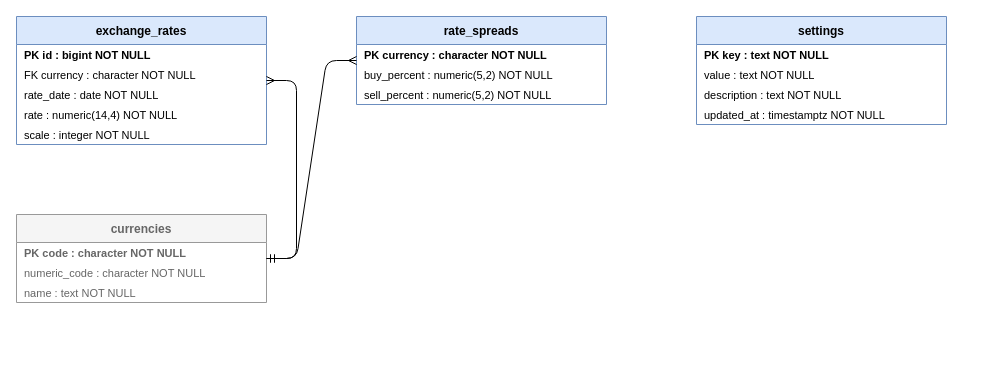
This is page "Справочники" (8 of 14) of docs/diagrams/er.drawio from vladmeshkov/js-course-work, a draw.io file, before an edit. Source tidied: cells renumbered, new cells numbered last; positions are measured from the earlier drawing's top-left corner, leaving out a move shared by most shapes. Both pictures are drawn from the tidied source at 100%, with x=0, y=0 at pixel (16, 16).
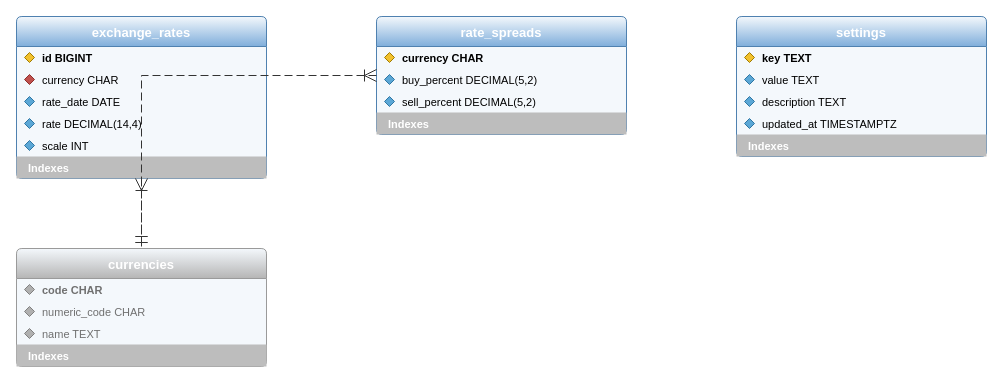
The same diagram, later.

What changed in the source:
```diff
@@
-    <mxCell id="2" value="exchange_rates" style="swimlane;fontStyle=1;horizontal=1;startSize=28;fillColor=#dae8fc;strokeColor=#6c8ebf;fontColor=#000000;" parent="1" vertex="1">
-      <mxGeometry width="250" height="128" as="geometry" />
+    <mxCell id="2" value="exchange_rates" style="swimlane;fontStyle=1;fontSize=13;horizontal=1;startSize=30;rounded=1;arcSize=6;fillColor=#F4F8FC;swimlaneFillColor=#F4F8FC;gradientColor=#7FAEDB;strokeColor=#4F81B0;fontColor=#FFFFFF;align=center;" parent="1" vertex="1">
+      <mxGeometry width="250" height="162" as="geometry" />
     </mxCell>
-    <mxCell id="3" value="PK id : bigint NOT NULL" style="text;strokeColor=none;fillColor=none;align=left;verticalAlign=middle;spacingLeft=6;overflow=hidden;whiteSpace=nowrap;fontSize=11;fontStyle=1;" parent="2" vertex="1">
-      <mxGeometry y="28" width="250" height="20" as="geometry" />
+    <mxCell id="3" style="rhombus;fillColor=#F2C12E;strokeColor=#A07B00;" parent="2" vertex="1">
+      <mxGeometry x="8" y="36" width="10" height="10" as="geometry" />
     </mxCell>
-    <mxCell id="4" value="FK currency : character NOT NULL" style="text;strokeColor=none;fillColor=none;align=left;verticalAlign=middle;spacingLeft=6;overflow=hidden;whiteSpace=nowrap;fontSize=11;" parent="2" vertex="1">
-      <mxGeometry y="48" width="250" height="20" as="geometry" />
+    <mxCell id="4" value="id BIGINT" style="text;strokeColor=none;fillColor=none;align=left;verticalAlign=middle;spacingLeft=24;overflow=hidden;whiteSpace=nowrap;fontSize=11;fontStyle=1;" parent="2" vertex="1">
+      <mxGeometry y="30" width="250" height="22" as="geometry" />
     </mxCell>
-    <mxCell id="5" value="   rate_date : date NOT NULL" style="text;strokeColor=none;fillColor=none;align=left;verticalAlign=middle;spacingLeft=6;overflow=hidden;whiteSpace=nowrap;fontSize=11;" parent="2" vertex="1">
-      <mxGeometry y="68" width="250" height="20" as="geometry" />
+    <mxCell id="5" style="rhombus;fillColor=#C0504D;strokeColor=#8E2E2B;" parent="2" vertex="1">
+      <mxGeometry x="8" y="58" width="10" height="10" as="geometry" />
     </mxCell>
-    <mxCell id="6" value="   rate : numeric(14,4) NOT NULL" style="text;strokeColor=none;fillColor=none;align=left;verticalAlign=middle;spacingLeft=6;overflow=hidden;whiteSpace=nowrap;fontSize=11;" parent="2" vertex="1">
-      <mxGeometry y="88" width="250" height="20" as="geometry" />
+    <mxCell id="6" value="currency CHAR" style="text;strokeColor=none;fillColor=none;align=left;verticalAlign=middle;spacingLeft=24;overflow=hidden;whiteSpace=nowrap;fontSize=11;" parent="2" vertex="1">
+      <mxGeometry y="52" width="250" height="22" as="geometry" />
     </mxCell>
-    <mxCell id="7" value="   scale : integer NOT NULL" style="text;strokeColor=none;fillColor=none;align=left;verticalAlign=middle;spacingLeft=6;overflow=hidden;whiteSpace=nowrap;fontSize=11;" parent="2" vertex="1">
-      <mxGeometry y="108" width="250" height="20" as="geometry" />
+    <mxCell id="7" style="rhombus;fillColor=#5BA7D6;strokeColor=#2F76A3;" parent="2" vertex="1">
+      <mxGeometry x="8" y="80" width="10" height="10" as="geometry" />
     </mxCell>
-    <mxCell id="8" value="rate_spreads" style="swimlane;fontStyle=1;horizontal=1;startSize=28;fillColor=#dae8fc;strokeColor=#6c8ebf;fontColor=#000000;" parent="1" vertex="1">
-      <mxGeometry x="340" width="250" height="88" as="geometry" />
+    <mxCell id="8" value="rate_date DATE" style="text;strokeColor=none;fillColor=none;align=left;verticalAlign=middle;spacingLeft=24;overflow=hidden;whiteSpace=nowrap;fontSize=11;" parent="2" vertex="1">
+      <mxGeometry y="74" width="250" height="22" as="geometry" />
     </mxCell>
-    <mxCell id="9" value="PK currency : character NOT NULL" style="text;strokeColor=none;fillColor=none;align=left;verticalAlign=middle;spacingLeft=6;overflow=hidden;whiteSpace=nowrap;fontSize=11;fontStyle=1;" parent="8" vertex="1">
-      <mxGeometry y="28" width="250" height="20" as="geometry" />
+    <mxCell id="9" style="rhombus;fillColor=#5BA7D6;strokeColor=#2F76A3;" parent="2" vertex="1">
+      <mxGeometry x="8" y="102" width="10" height="10" as="geometry" />
     </mxCell>
-    <mxCell id="10" value="   buy_percent : numeric(5,2) NOT NULL" style="text;strokeColor=none;fillColor=none;align=left;verticalAlign=middle;spacingLeft=6;overflow=hidden;whiteSpace=nowrap;fontSize=11;" parent="8" vertex="1">
-      <mxGeometry y="48" width="250" height="20" as="geometry" />
+    <mxCell id="10" value="rate DECIMAL(14,4)" style="text;strokeColor=none;fillColor=none;align=left;verticalAlign=middle;spacingLeft=24;overflow=hidden;whiteSpace=nowrap;fontSize=11;" parent="2" vertex="1">
+      <mxGeometry y="96" width="250" height="22" as="geometry" />
     </mxCell>
-    <mxCell id="11" value="   sell_percent : numeric(5,2) NOT NULL" style="text;strokeColor=none;fillColor=none;align=left;verticalAlign=middle;spacingLeft=6;overflow=hidden;whiteSpace=nowrap;fontSize=11;" parent="8" vertex="1">
-      <mxGeometry y="68" width="250" height="20" as="geometry" />
+    <mxCell id="11" style="rhombus;fillColor=#5BA7D6;strokeColor=#2F76A3;" parent="2" vertex="1">
+      <mxGeometry x="8" y="124" width="10" height="10" as="geometry" />
     </mxCell>
-    <mxCell id="12" value="settings" style="swimlane;fontStyle=1;horizontal=1;startSize=28;fillColor=#dae8fc;strokeColor=#6c8ebf;fontColor=#000000;" parent="1" vertex="1">
-      <mxGeometry x="680" width="250" height="108" as="geometry" />
+    <mxCell id="12" value="scale INT" style="text;strokeColor=none;fillColor=none;align=left;verticalAlign=middle;spacingLeft=24;overflow=hidden;whiteSpace=nowrap;fontSize=11;" parent="2" vertex="1">
+      <mxGeometry y="118" width="250" height="22" as="geometry" />
     </mxCell>
-    <mxCell id="13" value="PK key : text NOT NULL" style="text;strokeColor=none;fillColor=none;align=left;verticalAlign=middle;spacingLeft=6;overflow=hidden;whiteSpace=nowrap;fontSize=11;fontStyle=1;" parent="12" vertex="1">
-      <mxGeometry y="28" width="250" height="20" as="geometry" />
+    <mxCell id="13" value="Indexes" style="text;strokeColor=none;fillColor=#BDBDBD;fontColor=#FFFFFF;fontStyle=1;fontSize=11;align=left;verticalAlign=middle;spacingLeft=10;" parent="2" vertex="1">
+      <mxGeometry y="140" width="250" height="22" as="geometry" />
     </mxCell>
-    <mxCell id="14" value="   value : text NOT NULL" style="text;strokeColor=none;fillColor=none;align=left;verticalAlign=middle;spacingLeft=6;overflow=hidden;whiteSpace=nowrap;fontSize=11;" parent="12" vertex="1">
-      <mxGeometry y="48" width="250" height="20" as="geometry" />
+    <mxCell id="14" value="rate_spreads" style="swimlane;fontStyle=1;fontSize=13;horizontal=1;startSize=30;rounded=1;arcSize=6;fillColor=#F4F8FC;swimlaneFillColor=#F4F8FC;gradientColor=#7FAEDB;strokeColor=#4F81B0;fontColor=#FFFFFF;align=center;" parent="1" vertex="1">
+      <mxGeometry x="360" width="250" height="118" as="geometry" />
     </mxCell>
-    <mxCell id="15" value="   description : text NOT NULL" style="text;strokeColor=none;fillColor=none;align=left;verticalAlign=middle;spacingLeft=6;overflow=hidden;whiteSpace=nowrap;fontSize=11;" parent="12" vertex="1">
-      <mxGeometry y="68" width="250" height="20" as="geometry" />
+    <mxCell id="15" style="rhombus;fillColor=#F2C12E;strokeColor=#A07B00;" parent="14" vertex="1">
+      <mxGeometry x="8" y="36" width="10" height="10" as="geometry" />
     </mxCell>
-    <mxCell id="16" value="   updated_at : timestamptz NOT NULL" style="text;strokeColor=none;fillColor=none;align=left;verticalAlign=middle;spacingLeft=6;overflow=hidden;whiteSpace=nowrap;fontSize=11;" parent="12" vertex="1">
-      <mxGeometry y="88" width="250" height="20" as="geometry" />
+    <mxCell id="16" value="currency CHAR" style="text;strokeColor=none;fillColor=none;align=left;verticalAlign=middle;spacingLeft=24;overflow=hidden;whiteSpace=nowrap;fontSize=11;fontStyle=1;" parent="14" vertex="1">
+      <mxGeometry y="30" width="250" height="22" as="geometry" />
     </mxCell>
-    <mxCell id="17" value="currencies" style="swimlane;fontStyle=1;horizontal=1;startSize=28;fillColor=#f5f5f5;strokeColor=#999999;fontColor=#666666;" parent="1" vertex="1">
-      <mxGeometry y="198" width="250" height="88" as="geometry" />
+    <mxCell id="17" style="rhombus;fillColor=#5BA7D6;strokeColor=#2F76A3;" parent="14" vertex="1">
+      <mxGeometry x="8" y="58" width="10" height="10" as="geometry" />
     </mxCell>
-    <mxCell id="18" value="PK code : character NOT NULL" style="text;strokeColor=none;fillColor=none;align=left;verticalAlign=middle;spacingLeft=6;overflow=hidden;whiteSpace=nowrap;fontSize=11;fontStyle=1;fontColor=#666666;" parent="17" vertex="1">
-      <mxGeometry y="28" width="250" height="20" as="geometry" />
+    <mxCell id="18" value="buy_percent DECIMAL(5,2)" style="text;strokeColor=none;fillColor=none;align=left;verticalAlign=middle;spacingLeft=24;overflow=hidden;whiteSpace=nowrap;fontSize=11;" parent="14" vertex="1">
+      <mxGeometry y="52" width="250" height="22" as="geometry" />
     </mxCell>
-    <mxCell id="19" value="   numeric_code : character NOT NULL" style="text;strokeColor=none;fillColor=none;align=left;verticalAlign=middle;spacingLeft=6;overflow=hidden;whiteSpace=nowrap;fontSize=11;fontColor=#666666;" parent="17" vertex="1">
-      <mxGeometry y="48" width="250" height="20" as="geometry" />
+    <mxCell id="19" style="rhombus;fillColor=#5BA7D6;strokeColor=#2F76A3;" parent="14" vertex="1">
+      <mxGeometry x="8" y="80" width="10" height="10" as="geometry" />
     </mxCell>
-    <mxCell id="20" value="   name : text NOT NULL" style="text;strokeColor=none;fillColor=none;align=left;verticalAlign=middle;spacingLeft=6;overflow=hidden;whiteSpace=nowrap;fontSize=11;fontColor=#666666;" parent="17" vertex="1">
-      <mxGeometry y="68" width="250" height="20" as="geometry" />
+    <mxCell id="20" value="sell_percent DECIMAL(5,2)" style="text;strokeColor=none;fillColor=none;align=left;verticalAlign=middle;spacingLeft=24;overflow=hidden;whiteSpace=nowrap;fontSize=11;" parent="14" vertex="1">
+      <mxGeometry y="74" width="250" height="22" as="geometry" />
     </mxCell>
-    <mxCell id="21" style="edgeStyle=entityRelationEdgeStyle;fontSize=12;html=1;endArrow=ERmandOne;startArrow=ERmany;endFill=0;startFill=0;" parent="1" edge="1" source="2" target="17">
-      <mxGeometry relative="1" as="geometry" />
+    <mxCell id="21" value="Indexes" style="text;strokeColor=none;fillColor=#BDBDBD;fontColor=#FFFFFF;fontStyle=1;fontSize=11;align=left;verticalAlign=middle;spacingLeft=10;" parent="14" vertex="1">
+      <mxGeometry y="96" width="250" height="22" as="geometry" />
     </mxCell>
-    <mxCell id="22" style="edgeStyle=entityRelationEdgeStyle;fontSize=12;html=1;endArrow=ERmandOne;startArrow=ERmany;endFill=0;startFill=0;" parent="1" edge="1" source="8" target="17">
-      <mxGeometry relative="1" as="geometry" />
+    <mxCell id="22" value="settings" style="swimlane;fontStyle=1;fontSize=13;horizontal=1;startSize=30;rounded=1;arcSize=6;fillColor=#F4F8FC;swimlaneFillColor=#F4F8FC;gradientColor=#7FAEDB;strokeColor=#4F81B0;fontColor=#FFFFFF;align=center;" parent="1" vertex="1">
+      <mxGeometry x="720" width="250" height="140" as="geometry" />
     </mxCell>
+    <mxCell id="23" style="rhombus;fillColor=#F2C12E;strokeColor=#A07B00;" parent="22" vertex="1">
+      <mxGeometry x="8" y="36" width="10" height="10" as="geometry" />
+    </mxCell>
+    <mxCell id="24" value="key TEXT" style="text;strokeColor=none;fillColor=none;align=left;verticalAlign=middle;spacingLeft=24;overflow=hidden;whiteSpace=nowrap;fontSize=11;fontStyle=1;" parent="22" vertex="1">
+      <mxGeometry y="30" width="250" height="22" as="geometry" />
+    </mxCell>
+    <mxCell id="25" style="rhombus;fillColor=#5BA7D6;strokeColor=#2F76A3;" parent="22" vertex="1">
+      <mxGeometry x="8" y="58" width="10" height="10" as="geometry" />
+    </mxCell>
+    <mxCell id="26" value="value TEXT" style="text;strokeColor=none;fillColor=none;align=left;verticalAlign=middle;spacingLeft=24;overflow=hidden;whiteSpace=nowrap;fontSize=11;" parent="22" vertex="1">
+      <mxGeometry y="52" width="250" height="22" as="geometry" />
+    </mxCell>
+    <mxCell id="27" style="rhombus;fillColor=#5BA7D6;strokeColor=#2F76A3;" parent="22" vertex="1">
+      <mxGeometry x="8" y="80" width="10" height="10" as="geometry" />
+    </mxCell>
+    <mxCell id="28" value="description TEXT" style="text;strokeColor=none;fillColor=none;align=left;verticalAlign=middle;spacingLeft=24;overflow=hidden;whiteSpace=nowrap;fontSize=11;" parent="22" vertex="1">
+      <mxGeometry y="74" width="250" height="22" as="geometry" />
+    </mxCell>
+    <mxCell id="29" style="rhombus;fillColor=#5BA7D6;strokeColor=#2F76A3;" parent="22" vertex="1">
+      <mxGeometry x="8" y="102" width="10" height="10" as="geometry" />
+    </mxCell>
+    <mxCell id="30" value="updated_at TIMESTAMPTZ" style="text;strokeColor=none;fillColor=none;align=left;verticalAlign=middle;spacingLeft=24;overflow=hidden;whiteSpace=nowrap;fontSize=11;" parent="22" vertex="1">
+      <mxGeometry y="96" width="250" height="22" as="geometry" />
+    </mxCell>
+    <mxCell id="31" value="Indexes" style="text;strokeColor=none;fillColor=#BDBDBD;fontColor=#FFFFFF;fontStyle=1;fontSize=11;align=left;verticalAlign=middle;spacingLeft=10;" parent="22" vertex="1">
+      <mxGeometry y="118" width="250" height="22" as="geometry" />
+    </mxCell>
+    <mxCell id="32" value="currencies" style="swimlane;fontStyle=1;fontSize=13;horizontal=1;startSize=30;rounded=1;arcSize=6;fillColor=#F4F8FC;swimlaneFillColor=#F4F8FC;gradientColor=#B5B5B5;strokeColor=#9A9A9A;fontColor=#FFFFFF;align=center;" parent="1" vertex="1">
+      <mxGeometry y="232" width="250" height="118" as="geometry" />
+    </mxCell>
+    <mxCell id="33" style="rhombus;fillColor=#B0B0B0;strokeColor=#808080;" parent="32" vertex="1">
+      <mxGeometry x="8" y="36" width="10" height="10" as="geometry" />
+    </mxCell>
+    <mxCell id="34" value="code CHAR" style="text;strokeColor=none;fillColor=none;align=left;verticalAlign=middle;spacingLeft=24;overflow=hidden;whiteSpace=nowrap;fontSize=11;fontStyle=1;fontColor=#707070;" parent="32" vertex="1">
+      <mxGeometry y="30" width="250" height="22" as="geometry" />
+    </mxCell>
+    <mxCell id="35" style="rhombus;fillColor=#B0B0B0;strokeColor=#808080;" parent="32" vertex="1">
+      <mxGeometry x="8" y="58" width="10" height="10" as="geometry" />
+    </mxCell>
+    <mxCell id="36" value="numeric_code CHAR" style="text;strokeColor=none;fillColor=none;align=left;verticalAlign=middle;spacingLeft=24;overflow=hidden;whiteSpace=nowrap;fontSize=11;fontColor=#707070;" parent="32" vertex="1">
+      <mxGeometry y="52" width="250" height="22" as="geometry" />
+    </mxCell>
+    <mxCell id="37" style="rhombus;fillColor=#B0B0B0;strokeColor=#808080;" parent="32" vertex="1">
+      <mxGeometry x="8" y="80" width="10" height="10" as="geometry" />
+    </mxCell>
+    <mxCell id="38" value="name TEXT" style="text;strokeColor=none;fillColor=none;align=left;verticalAlign=middle;spacingLeft=24;overflow=hidden;whiteSpace=nowrap;fontSize=11;fontColor=#707070;" parent="32" vertex="1">
+      <mxGeometry y="74" width="250" height="22" as="geometry" />
+    </mxCell>
+    <mxCell id="39" value="Indexes" style="text;strokeColor=none;fillColor=#BDBDBD;fontColor=#FFFFFF;fontStyle=1;fontSize=11;align=left;verticalAlign=middle;spacingLeft=10;" parent="32" vertex="1">
+      <mxGeometry y="96" width="250" height="22" as="geometry" />
+    </mxCell>
+    <mxCell id="40" style="edgeStyle=orthogonalEdgeStyle;rounded=0;html=1;dashed=1;dashPattern=8 4;strokeColor=#333333;startArrow=ERoneToMany;endArrow=ERmandOne;startSize=10;endSize=10;startFill=0;endFill=0;" parent="1" edge="1" source="2" target="32">
+      <mxGeometry relative="1" as="geometry" />
+    </mxCell>
+    <mxCell id="41" style="edgeStyle=orthogonalEdgeStyle;rounded=0;html=1;dashed=1;dashPattern=8 4;strokeColor=#333333;startArrow=ERoneToMany;endArrow=ERmandOne;startSize=10;endSize=10;startFill=0;endFill=0;" parent="1" edge="1" source="14" target="32">
+      <mxGeometry relative="1" as="geometry" />
+    </mxCell>
```
